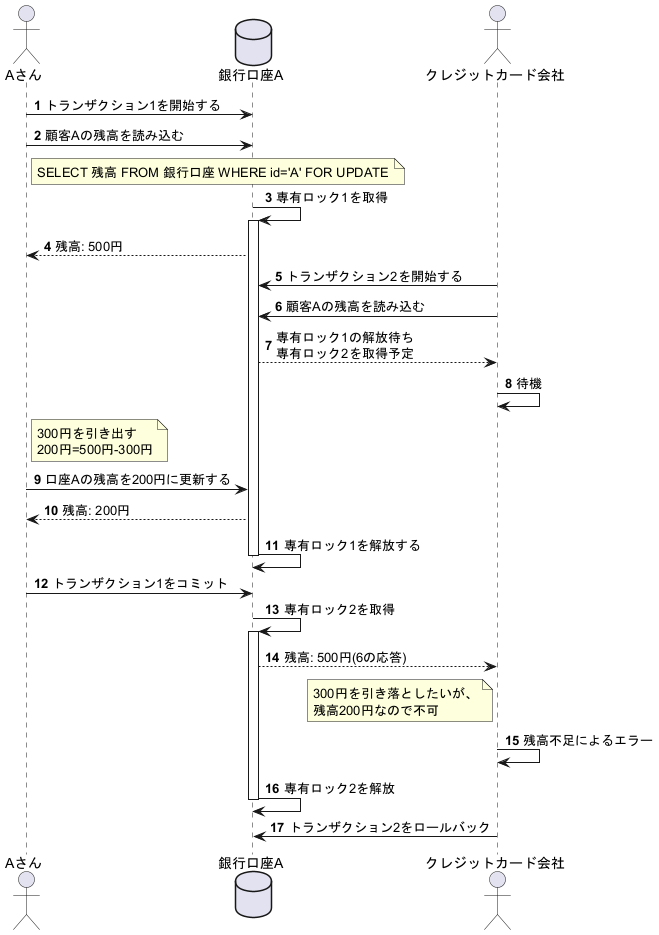
Before: images/no-repeatable-read-for-update.png, a diagram exported from PlantUML (nekoneko02/zenn).
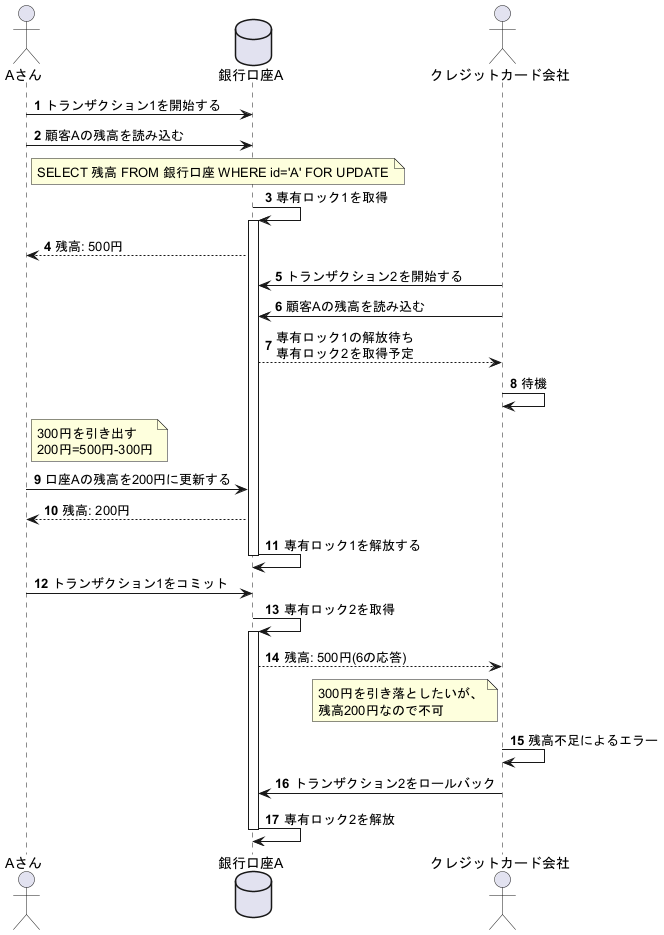
After the commit.

Change to the diagram source:
```diff
@@ -31,7 +31,7 @@
   残高200円なので不可
 end note
 T2 -> T2: 残高不足によるエラー
+T2 -> DB: トランザクション2をロールバック
 DB -> DB--: 専有ロック2を解放
-T2 -> DB: トランザクション2をロールバック
 
 @enduml
```
